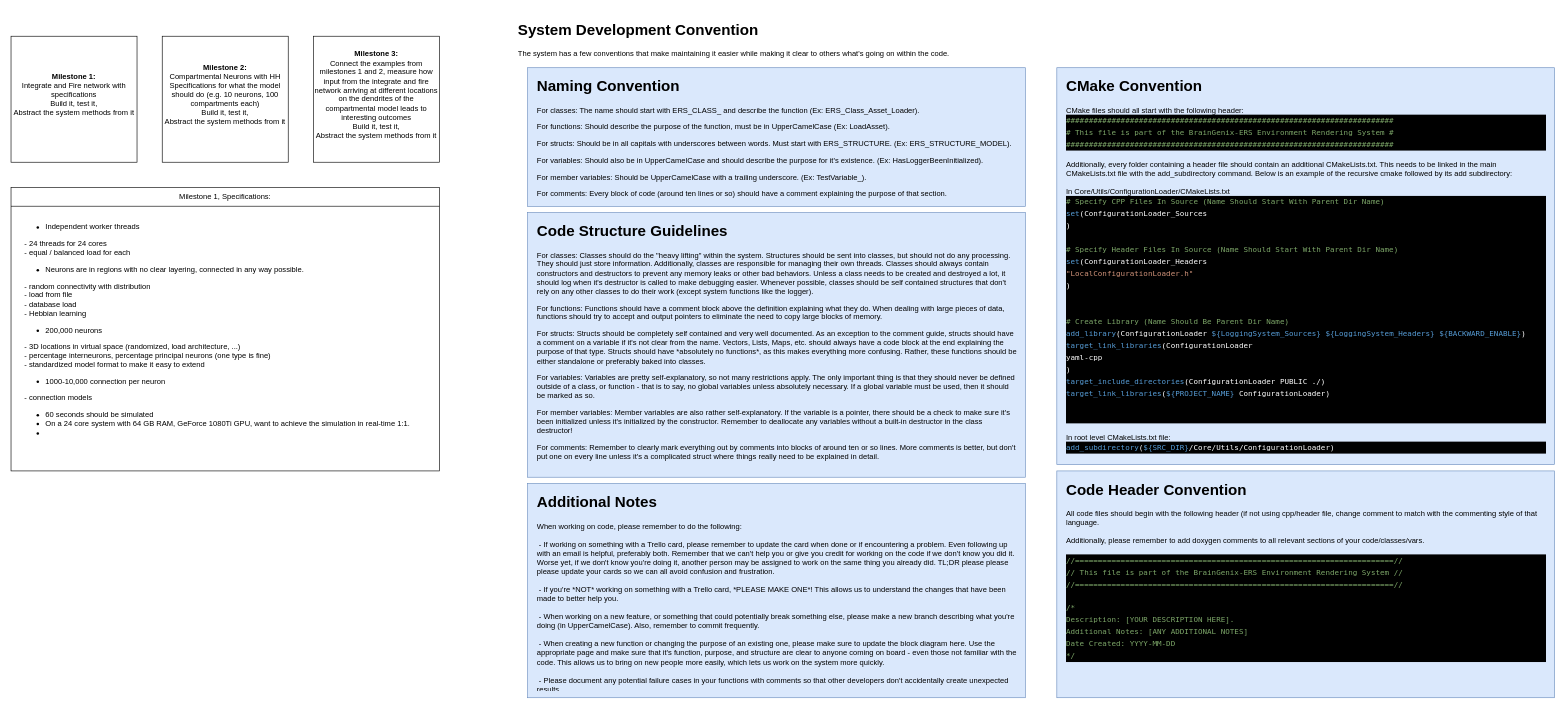
The draw.io diagram page "Page-3" (3 of 3) of C++/Docs/BlockDiagrams/BrainGenix-NES.drawio in carboncopies/BrainGenix-NES, before the edit. Source tidied: cells renumbered, new cells numbered last; positions are measured from the earlier drawing's top-left corner, leaving out a move shared by most shapes. Both pictures are drawn from the tidied source at 63%, with x=0, y=0 at pixel (11, 17).
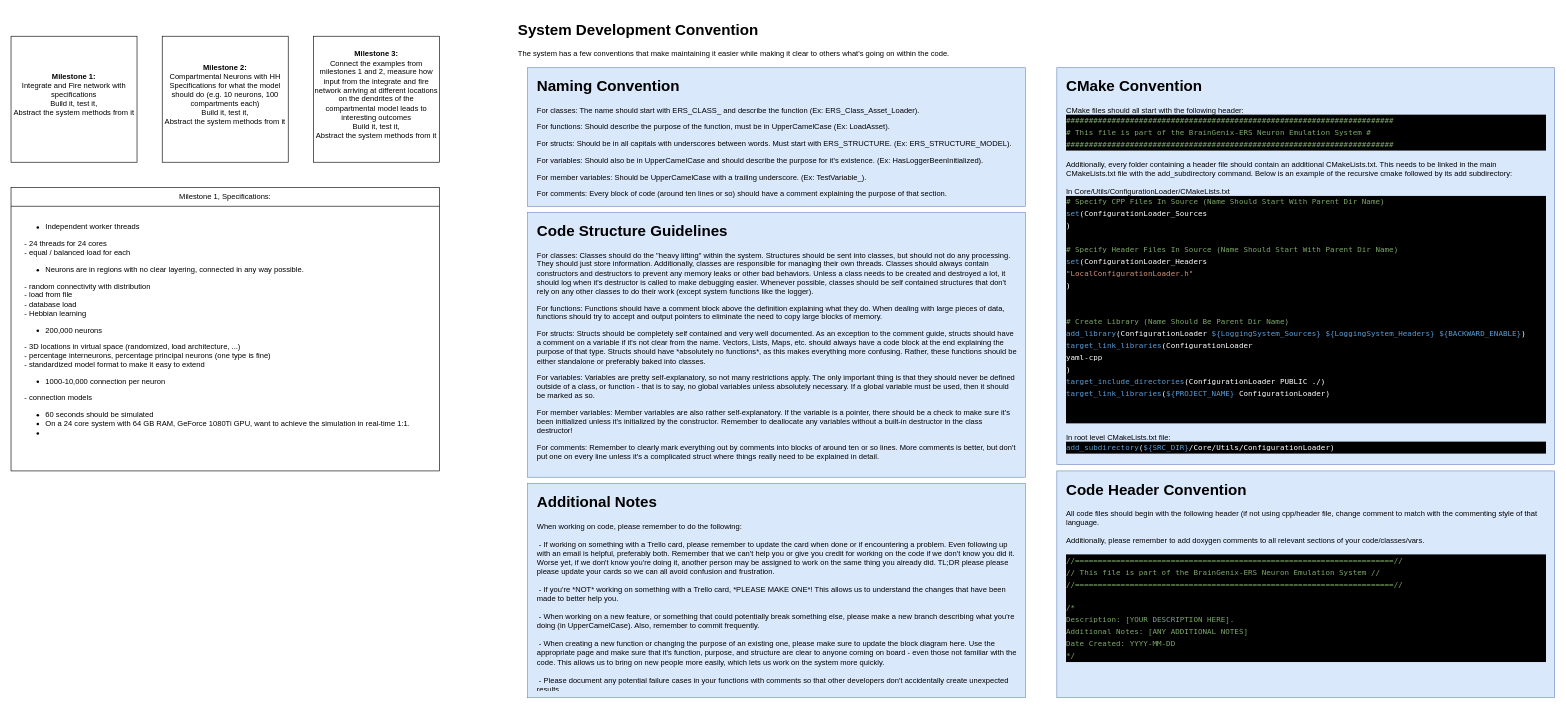
Above is the later version.

Commit message (it also covers changes not shown here):
Copy Over Logging System From ERS (#90)

What changed in the source:
```diff
@@
-    <mxCell id="17" value="&lt;h1&gt;CMake Convention&lt;br&gt;&lt;/h1&gt;&lt;div&gt;&lt;font style=&quot;font-size: 12px&quot;&gt;CMake files should all start with the following header:&lt;/font&gt;&lt;/div&gt;&lt;div&gt;&lt;div style=&quot;color: rgb(255 , 255 , 255) ; background-color: rgb(0 , 0 , 0) ; font-family: &amp;#34;droid sans mono&amp;#34; , &amp;#34;monospace&amp;#34; , monospace , &amp;#34;droid sans fallback&amp;#34; ; font-weight: normal ; line-height: 19px&quot;&gt;&lt;div&gt;&lt;font style=&quot;font-size: 12px&quot;&gt;&lt;span style=&quot;color: rgb(124 , 166 , 104)&quot;&gt;########################################################################&lt;/span&gt;&lt;/font&gt;&lt;/div&gt;&lt;div&gt;&lt;font style=&quot;font-size: 12px&quot;&gt;&lt;span style=&quot;color: rgb(124 , 166 , 104)&quot;&gt;# This file is part of the BrainGenix-ERS Environment Rendering System #&lt;/span&gt;&lt;/font&gt;&lt;/div&gt;&lt;div&gt;&lt;font style=&quot;font-size: 12px&quot;&gt;&lt;span style=&quot;color: rgb(124 , 166 , 104)&quot;&gt;########################################################################&lt;/span&gt;&lt;/font&gt;&lt;/div&gt;&lt;/div&gt;&lt;/div&gt;&lt;div&gt;&lt;font style=&quot;font-size: 12px&quot;&gt;&lt;br&gt;&lt;/font&gt;&lt;/div&gt;&lt;div&gt;&lt;font style=&quot;font-size: 12px&quot;&gt;Additionally, every folder containing a header file should contain an additional CMakeLists.txt. This needs to be linked in the main CMakeLists.txt file with the add_subdirectory command. Below is an example of the recursive cmake followed by its add subdirectory:&lt;/font&gt;&lt;/div&gt;&lt;div&gt;&lt;font style=&quot;font-size: 12px&quot;&gt;&lt;br&gt;&lt;/font&gt;&lt;/div&gt;&lt;div&gt;&lt;font style=&quot;font-size: 12px&quot;&gt;In Core/Utils/ConfigurationLoader/CMakeLists.txt&lt;br&gt;&lt;/font&gt;&lt;/div&gt;&lt;div&gt;&lt;div style=&quot;color: rgb(255 , 255 , 255) ; background-color: rgb(0 , 0 , 0) ; font-family: &amp;#34;droid sans mono&amp;#34; , &amp;#34;monospace&amp;#34; , monospace , &amp;#34;droid sans fallback&amp;#34; ; font-weight: normal ; line-height: 19px&quot;&gt;&lt;div&gt;&lt;font style=&quot;font-size: 12px&quot;&gt;&lt;span style=&quot;color: rgb(124 , 166 , 104)&quot;&gt;# Specify CPP Files In Source (Name Should Start With Parent Dir Name)&lt;/span&gt;&lt;/font&gt;&lt;/div&gt;&lt;div&gt;&lt;font style=&quot;font-size: 12px&quot;&gt;&lt;span style=&quot;color: rgb(86 , 156 , 214)&quot;&gt;set&lt;/span&gt;&lt;span style=&quot;color: rgb(255 , 255 , 255)&quot;&gt;(ConfigurationLoader_Sources&lt;/span&gt;&lt;/font&gt;&lt;/div&gt;&lt;div&gt;&lt;font style=&quot;font-size: 12px&quot;&gt;&lt;span style=&quot;color: rgb(255 , 255 , 255)&quot;&gt;)&lt;/span&gt;&lt;/font&gt;&lt;/div&gt;&lt;font style=&quot;font-size: 12px&quot;&gt;&lt;br&gt;&lt;/font&gt;&lt;div&gt;&lt;font style=&quot;font-size: 12px&quot;&gt;&lt;span style=&quot;color: rgb(124 , 166 , 104)&quot;&gt;# Specify Header Files In Source (Name Should Start With Parent Dir Name)&lt;/span&gt;&lt;/font&gt;&lt;/div&gt;&lt;div&gt;&lt;font style=&quot;font-size: 12px&quot;&gt;&lt;span style=&quot;color: rgb(86 , 156 , 214)&quot;&gt;set&lt;/span&gt;&lt;span style=&quot;color: rgb(255 , 255 , 255)&quot;&gt;(ConfigurationLoader_Headers&lt;/span&gt;&lt;/font&gt;&lt;/div&gt;&lt;div&gt;&lt;font style=&quot;font-size: 12px&quot;&gt;&lt;span style=&quot;color: rgb(255 , 255 , 255)&quot;&gt;    &lt;/span&gt;&lt;span style=&quot;color: rgb(206 , 145 , 120)&quot;&gt;&quot;LocalConfigurationLoader.h&quot;&lt;/span&gt;&lt;/font&gt;&lt;/div&gt;&lt;div&gt;&lt;font style=&quot;font-size: 12px&quot;&gt;&lt;span style=&quot;color: rgb(255 , 255 , 255)&quot;&gt;)&lt;/span&gt;&lt;/font&gt;&lt;/div&gt;&lt;font style=&quot;font-size: 12px&quot;&gt;&lt;br&gt;&lt;br&gt;&lt;/font&gt;&lt;div&gt;&lt;font style=&quot;font-size: 12px&quot;&gt;&lt;span style=&quot;color: rgb(124 , 166 , 104)&quot;&gt;# Create Library (Name Should Be Parent Dir Name)&lt;/span&gt;&lt;/font&gt;&lt;/div&gt;&lt;div&gt;&lt;font style=&quot;font-size: 12px&quot;&gt;&lt;span style=&quot;color: rgb(86 , 156 , 214)&quot;&gt;add_library&lt;/span&gt;&lt;span style=&quot;color: rgb(255 , 255 , 255)&quot;&gt;(ConfigurationLoader &lt;/span&gt;&lt;span style=&quot;color: rgb(86 , 156 , 214)&quot;&gt;${LoggingSystem_Sources}&lt;/span&gt;&lt;span style=&quot;color: rgb(255 , 255 , 255)&quot;&gt; &lt;/span&gt;&lt;span style=&quot;color: rgb(86 , 156 , 214)&quot;&gt;${LoggingSystem_Headers}&lt;/span&gt;&lt;span style=&quot;color: rgb(255 , 255 , 255)&quot;&gt; &lt;/span&gt;&lt;span style=&quot;color: rgb(86 , 156 , 214)&quot;&gt;${BACKWARD_ENABLE}&lt;/span&gt;&lt;span style=&quot;color: rgb(255 , 255 , 255)&quot;&gt;)&lt;/span&gt;&lt;/font&gt;&lt;/div&gt;&lt;div&gt;&lt;font style=&quot;font-size: 12px&quot;&gt;&lt;span style=&quot;color: rgb(86 , 156 , 214)&quot;&gt;target_link_libraries&lt;/span&gt;&lt;span style=&quot;color: rgb(255 , 255 , 255)&quot;&gt;(ConfigurationLoader &lt;/span&gt;&lt;/font&gt;&lt;/div&gt;&lt;div&gt;&lt;font style=&quot;font-size: 12px&quot;&gt;&lt;span style=&quot;color: rgb(255 , 255 , 255)&quot;&gt;    yaml-cpp&lt;/span&gt;&lt;/font&gt;&lt;/div&gt;&lt;div&gt;&lt;font style=&quot;font-size: 12px&quot;&gt;&lt;span style=&quot;color: rgb(255 , 255 , 255)&quot;&gt;    )&lt;/span&gt;&lt;/font&gt;&lt;/div&gt;&lt;div&gt;&lt;font style=&quot;font-size: 12px&quot;&gt;&lt;span style=&quot;color: rgb(86 , 156 , 214)&quot;&gt;target_include_directories&lt;/span&gt;&lt;span style=&quot;color: rgb(255 , 255 , 255)&quot;&gt;(ConfigurationLoader PUBLIC ./)&lt;/span&gt;&lt;/font&gt;&lt;/div&gt;&lt;div&gt;&lt;font style=&quot;font-size: 12px&quot;&gt;&lt;span style=&quot;color: rgb(86 , 156 , 214)&quot;&gt;target_link_libraries&lt;/span&gt;&lt;span style=&quot;color: rgb(255 , 255 , 255)&quot;&gt;(&lt;/span&gt;&lt;span style=&quot;color: rgb(86 , 156 , 214)&quot;&gt;${PROJECT_NAME}&lt;/span&gt;&lt;span style=&quot;color: rgb(255 , 255 , 255)&quot;&gt; ConfigurationLoader)&lt;/span&gt;&lt;/font&gt;&lt;/div&gt;&lt;font style=&quot;font-size: 12px&quot;&gt;&lt;br&gt;&lt;br&gt;&lt;/font&gt;&lt;/div&gt;&lt;/div&gt;&lt;div&gt;&lt;font style=&quot;font-size: 12px&quot;&gt;&lt;br&gt;&lt;/font&gt;&lt;/div&gt;&lt;div&gt;&lt;font style=&quot;font-size: 12px&quot;&gt;In root level CMakeLists.txt file:&lt;br&gt;&lt;/font&gt;&lt;/div&gt;&lt;div&gt;&lt;div style=&quot;color: rgb(255 , 255 , 255) ; background-color: rgb(0 , 0 , 0) ; font-family: &amp;#34;droid sans mono&amp;#34; , &amp;#34;monospace&amp;#34; , monospace , &amp;#34;droid sans fallback&amp;#34; ; font-weight: normal ; line-height: 19px&quot;&gt;&lt;div&gt;&lt;font style=&quot;font-size: 12px&quot;&gt;&lt;span style=&quot;color: rgb(86 , 156 , 214)&quot;&gt;add_subdirectory&lt;/span&gt;&lt;span style=&quot;color: rgb(255 , 255 , 255)&quot;&gt;(&lt;/span&gt;&lt;span style=&quot;color: rgb(86 , 156 , 214)&quot;&gt;${SRC_DIR}&lt;/span&gt;&lt;span style=&quot;color: rgb(255 , 255 , 255)&quot;&gt;/Core/Utils/ConfigurationLoader)&lt;/span&gt;&lt;/font&gt;&lt;/div&gt;&lt;/div&gt;&lt;/div&gt;&lt;div&gt;&lt;font style=&quot;font-size: 12px&quot;&gt;&lt;br&gt;&lt;/font&gt;&lt;/div&gt;&lt;div&gt;&lt;font style=&quot;font-size: 12px&quot;&gt;&lt;br&gt;&lt;/font&gt;&lt;/div&gt;&lt;div&gt;&lt;br&gt;&lt;/div&gt;&lt;div&gt;&lt;br&gt; &lt;/div&gt;" style="text;html=1;strokeColor=none;fillColor=none;spacing=5;spacingTop=-20;whiteSpace=wrap;overflow=hidden;rounded=0;" parent="1" vertex="1">
+    <mxCell id="17" value="&lt;h1&gt;CMake Convention&lt;br&gt;&lt;/h1&gt;&lt;div&gt;&lt;font style=&quot;font-size: 12px&quot;&gt;CMake files should all start with the following header:&lt;/font&gt;&lt;/div&gt;&lt;div&gt;&lt;div style=&quot;color: rgb(255 , 255 , 255) ; background-color: rgb(0 , 0 , 0) ; font-family: &amp;#34;droid sans mono&amp;#34; , &amp;#34;monospace&amp;#34; , monospace , &amp;#34;droid sans fallback&amp;#34; ; font-weight: normal ; line-height: 19px&quot;&gt;&lt;div&gt;&lt;font style=&quot;font-size: 12px&quot;&gt;&lt;span style=&quot;color: rgb(124 , 166 , 104)&quot;&gt;########################################################################&lt;/span&gt;&lt;/font&gt;&lt;/div&gt;&lt;div&gt;&lt;font style=&quot;font-size: 12px&quot;&gt;&lt;span style=&quot;color: rgb(124 , 166 , 104)&quot;&gt;# This file is part of the BrainGenix-ERS Neuron Emulation System #&lt;/span&gt;&lt;/font&gt;&lt;/div&gt;&lt;div&gt;&lt;font style=&quot;font-size: 12px&quot;&gt;&lt;span style=&quot;color: rgb(124 , 166 , 104)&quot;&gt;########################################################################&lt;/span&gt;&lt;/font&gt;&lt;/div&gt;&lt;/div&gt;&lt;/div&gt;&lt;div&gt;&lt;font style=&quot;font-size: 12px&quot;&gt;&lt;br&gt;&lt;/font&gt;&lt;/div&gt;&lt;div&gt;&lt;font style=&quot;font-size: 12px&quot;&gt;Additionally, every folder containing a header file should contain an additional CMakeLists.txt. This needs to be linked in the main CMakeLists.txt file with the add_subdirectory command. Below is an example of the recursive cmake followed by its add subdirectory:&lt;/font&gt;&lt;/div&gt;&lt;div&gt;&lt;font style=&quot;font-size: 12px&quot;&gt;&lt;br&gt;&lt;/font&gt;&lt;/div&gt;&lt;div&gt;&lt;font style=&quot;font-size: 12px&quot;&gt;In Core/Utils/ConfigurationLoader/CMakeLists.txt&lt;br&gt;&lt;/font&gt;&lt;/div&gt;&lt;div&gt;&lt;div style=&quot;color: rgb(255 , 255 , 255) ; background-color: rgb(0 , 0 , 0) ; font-family: &amp;#34;droid sans mono&amp;#34; , &amp;#34;monospace&amp;#34; , monospace , &amp;#34;droid sans fallback&amp;#34; ; font-weight: normal ; line-height: 19px&quot;&gt;&lt;div&gt;&lt;font style=&quot;font-size: 12px&quot;&gt;&lt;span style=&quot;color: rgb(124 , 166 , 104)&quot;&gt;# Specify CPP Files In Source (Name Should Start With Parent Dir Name)&lt;/span&gt;&lt;/font&gt;&lt;/div&gt;&lt;div&gt;&lt;font style=&quot;font-size: 12px&quot;&gt;&lt;span style=&quot;color: rgb(86 , 156 , 214)&quot;&gt;set&lt;/span&gt;&lt;span style=&quot;color: rgb(255 , 255 , 255)&quot;&gt;(ConfigurationLoader_Sources&lt;/span&gt;&lt;/font&gt;&lt;/div&gt;&lt;div&gt;&lt;font style=&quot;font-size: 12px&quot;&gt;&lt;span style=&quot;color: rgb(255 , 255 , 255)&quot;&gt;)&lt;/span&gt;&lt;/font&gt;&lt;/div&gt;&lt;font style=&quot;font-size: 12px&quot;&gt;&lt;br&gt;&lt;/font&gt;&lt;div&gt;&lt;font style=&quot;font-size: 12px&quot;&gt;&lt;span style=&quot;color: rgb(124 , 166 , 104)&quot;&gt;# Specify Header Files In Source (Name Should Start With Parent Dir Name)&lt;/span&gt;&lt;/font&gt;&lt;/div&gt;&lt;div&gt;&lt;font style=&quot;font-size: 12px&quot;&gt;&lt;span style=&quot;color: rgb(86 , 156 , 214)&quot;&gt;set&lt;/span&gt;&lt;span style=&quot;color: rgb(255 , 255 , 255)&quot;&gt;(ConfigurationLoader_Headers&lt;/span&gt;&lt;/font&gt;&lt;/div&gt;&lt;div&gt;&lt;font style=&quot;font-size: 12px&quot;&gt;&lt;span style=&quot;color: rgb(255 , 255 , 255)&quot;&gt;    &lt;/span&gt;&lt;span style=&quot;color: rgb(206 , 145 , 120)&quot;&gt;&quot;LocalConfigurationLoader.h&quot;&lt;/span&gt;&lt;/font&gt;&lt;/div&gt;&lt;div&gt;&lt;font style=&quot;font-size: 12px&quot;&gt;&lt;span style=&quot;color: rgb(255 , 255 , 255)&quot;&gt;)&lt;/span&gt;&lt;/font&gt;&lt;/div&gt;&lt;font style=&quot;font-size: 12px&quot;&gt;&lt;br&gt;&lt;br&gt;&lt;/font&gt;&lt;div&gt;&lt;font style=&quot;font-size: 12px&quot;&gt;&lt;span style=&quot;color: rgb(124 , 166 , 104)&quot;&gt;# Create Library (Name Should Be Parent Dir Name)&lt;/span&gt;&lt;/font&gt;&lt;/div&gt;&lt;div&gt;&lt;font style=&quot;font-size: 12px&quot;&gt;&lt;span style=&quot;color: rgb(86 , 156 , 214)&quot;&gt;add_library&lt;/span&gt;&lt;span style=&quot;color: rgb(255 , 255 , 255)&quot;&gt;(ConfigurationLoader &lt;/span&gt;&lt;span style=&quot;color: rgb(86 , 156 , 214)&quot;&gt;${LoggingSystem_Sources}&lt;/span&gt;&lt;span style=&quot;color: rgb(255 , 255 , 255)&quot;&gt; &lt;/span&gt;&lt;span style=&quot;color: rgb(86 , 156 , 214)&quot;&gt;${LoggingSystem_Headers}&lt;/span&gt;&lt;span style=&quot;color: rgb(255 , 255 , 255)&quot;&gt; &lt;/span&gt;&lt;span style=&quot;color: rgb(86 , 156 , 214)&quot;&gt;${BACKWARD_ENABLE}&lt;/span&gt;&lt;span style=&quot;color: rgb(255 , 255 , 255)&quot;&gt;)&lt;/span&gt;&lt;/font&gt;&lt;/div&gt;&lt;div&gt;&lt;font style=&quot;font-size: 12px&quot;&gt;&lt;span style=&quot;color: rgb(86 , 156 , 214)&quot;&gt;target_link_libraries&lt;/span&gt;&lt;span style=&quot;color: rgb(255 , 255 , 255)&quot;&gt;(ConfigurationLoader &lt;/span&gt;&lt;/font&gt;&lt;/div&gt;&lt;div&gt;&lt;font style=&quot;font-size: 12px&quot;&gt;&lt;span style=&quot;color: rgb(255 , 255 , 255)&quot;&gt;    yaml-cpp&lt;/span&gt;&lt;/font&gt;&lt;/div&gt;&lt;div&gt;&lt;font style=&quot;font-size: 12px&quot;&gt;&lt;span style=&quot;color: rgb(255 , 255 , 255)&quot;&gt;    )&lt;/span&gt;&lt;/font&gt;&lt;/div&gt;&lt;div&gt;&lt;font style=&quot;font-size: 12px&quot;&gt;&lt;span style=&quot;color: rgb(86 , 156 , 214)&quot;&gt;target_include_directories&lt;/span&gt;&lt;span style=&quot;color: rgb(255 , 255 , 255)&quot;&gt;(ConfigurationLoader PUBLIC ./)&lt;/span&gt;&lt;/font&gt;&lt;/div&gt;&lt;div&gt;&lt;font style=&quot;font-size: 12px&quot;&gt;&lt;span style=&quot;color: rgb(86 , 156 , 214)&quot;&gt;target_link_libraries&lt;/span&gt;&lt;span style=&quot;color: rgb(255 , 255 , 255)&quot;&gt;(&lt;/span&gt;&lt;span style=&quot;color: rgb(86 , 156 , 214)&quot;&gt;${PROJECT_NAME}&lt;/span&gt;&lt;span style=&quot;color: rgb(255 , 255 , 255)&quot;&gt; ConfigurationLoader)&lt;/span&gt;&lt;/font&gt;&lt;/div&gt;&lt;font style=&quot;font-size: 12px&quot;&gt;&lt;br&gt;&lt;br&gt;&lt;/font&gt;&lt;/div&gt;&lt;/div&gt;&lt;div&gt;&lt;font style=&quot;font-size: 12px&quot;&gt;&lt;br&gt;&lt;/font&gt;&lt;/div&gt;&lt;div&gt;&lt;font style=&quot;font-size: 12px&quot;&gt;In root level CMakeLists.txt file:&lt;br&gt;&lt;/font&gt;&lt;/div&gt;&lt;div&gt;&lt;div style=&quot;color: rgb(255 , 255 , 255) ; background-color: rgb(0 , 0 , 0) ; font-family: &amp;#34;droid sans mono&amp;#34; , &amp;#34;monospace&amp;#34; , monospace , &amp;#34;droid sans fallback&amp;#34; ; font-weight: normal ; line-height: 19px&quot;&gt;&lt;div&gt;&lt;font style=&quot;font-size: 12px&quot;&gt;&lt;span style=&quot;color: rgb(86 , 156 , 214)&quot;&gt;add_subdirectory&lt;/span&gt;&lt;span style=&quot;color: rgb(255 , 255 , 255)&quot;&gt;(&lt;/span&gt;&lt;span style=&quot;color: rgb(86 , 156 , 214)&quot;&gt;${SRC_DIR}&lt;/span&gt;&lt;span style=&quot;color: rgb(255 , 255 , 255)&quot;&gt;/Core/Utils/ConfigurationLoader)&lt;/span&gt;&lt;/font&gt;&lt;/div&gt;&lt;/div&gt;&lt;/div&gt;&lt;div&gt;&lt;font style=&quot;font-size: 12px&quot;&gt;&lt;br&gt;&lt;/font&gt;&lt;/div&gt;&lt;div&gt;&lt;font style=&quot;font-size: 12px&quot;&gt;&lt;br&gt;&lt;/font&gt;&lt;/div&gt;&lt;div&gt;&lt;br&gt;&lt;/div&gt;&lt;div&gt;&lt;br&gt; &lt;/div&gt;" style="text;html=1;strokeColor=none;fillColor=none;spacing=5;spacingTop=-20;whiteSpace=wrap;overflow=hidden;rounded=0;" parent="1" vertex="1">
       <mxGeometry x="1670" y="90" width="770" height="610" as="geometry" />
     </mxCell>
@@
-    <mxCell id="19" value="&lt;h1&gt;Code Header Convention&lt;br&gt;&lt;/h1&gt;&lt;div&gt;All code files should begin with the following header (if not using cpp/header file, change comment to match with the commenting style of that language.&lt;/div&gt;&lt;div&gt;&lt;br&gt;&lt;/div&gt;&lt;div&gt;Additionally, please remember to add doxygen comments to all relevant sections of your code/classes/vars.&lt;br&gt;&lt;/div&gt;&lt;div&gt;&lt;br&gt;&lt;/div&gt;&lt;div&gt;&lt;div style=&quot;color: rgb(255 , 255 , 255) ; background-color: rgb(0 , 0 , 0) ; font-family: &amp;#34;droid sans mono&amp;#34; , &amp;#34;monospace&amp;#34; , monospace , &amp;#34;droid sans fallback&amp;#34; ; font-weight: normal ; line-height: 19px&quot;&gt;&lt;div&gt;&lt;span style=&quot;color: rgb(124 , 166 , 104)&quot;&gt;//======================================================================//&lt;/span&gt;&lt;/div&gt;&lt;div&gt;&lt;span style=&quot;color: rgb(124 , 166 , 104)&quot;&gt;// This file is part of the BrainGenix-ERS Environment Rendering System //&lt;/span&gt;&lt;/div&gt;&lt;div&gt;&lt;span style=&quot;color: rgb(124 , 166 , 104)&quot;&gt;//======================================================================//&lt;/span&gt;&lt;/div&gt;&lt;br&gt;&lt;div&gt;&lt;span style=&quot;color: rgb(124 , 166 , 104)&quot;&gt;/*&lt;/span&gt;&lt;/div&gt;&lt;div&gt;&lt;span style=&quot;color: rgb(124 , 166 , 104)&quot;&gt;    Description: [YOUR DESCRIPTION HERE].&lt;/span&gt;&lt;/div&gt;&lt;div&gt;&lt;span style=&quot;color: rgb(124 , 166 , 104)&quot;&gt;    Additional Notes: [ANY ADDITIONAL NOTES]&lt;br&gt;&lt;/span&gt;&lt;/div&gt;&lt;div&gt;&lt;span style=&quot;color: rgb(124 , 166 , 104)&quot;&gt;    Date Created: YYYY-MM-DD&lt;br&gt;&lt;/span&gt;&lt;/div&gt;&lt;div&gt;&lt;span style=&quot;color: rgb(124 , 166 , 104)&quot;&gt;*/&lt;/span&gt;&lt;/div&gt;&lt;/div&gt;&lt;/div&gt;" style="text;html=1;strokeColor=none;fillColor=none;spacing=5;spacingTop=-20;whiteSpace=wrap;overflow=hidden;rounded=0;" parent="1" vertex="1">
+    <mxCell id="19" value="&lt;h1&gt;Code Header Convention&lt;br&gt;&lt;/h1&gt;&lt;div&gt;All code files should begin with the following header (if not using cpp/header file, change comment to match with the commenting style of that language.&lt;/div&gt;&lt;div&gt;&lt;br&gt;&lt;/div&gt;&lt;div&gt;Additionally, please remember to add doxygen comments to all relevant sections of your code/classes/vars.&lt;br&gt;&lt;/div&gt;&lt;div&gt;&lt;br&gt;&lt;/div&gt;&lt;div&gt;&lt;div style=&quot;color: rgb(255 , 255 , 255) ; background-color: rgb(0 , 0 , 0) ; font-family: &amp;#34;droid sans mono&amp;#34; , &amp;#34;monospace&amp;#34; , monospace , &amp;#34;droid sans fallback&amp;#34; ; font-weight: normal ; line-height: 19px&quot;&gt;&lt;div&gt;&lt;span style=&quot;color: rgb(124 , 166 , 104)&quot;&gt;//======================================================================//&lt;/span&gt;&lt;/div&gt;&lt;div&gt;&lt;span style=&quot;color: rgb(124 , 166 , 104)&quot;&gt;// This file is part of the BrainGenix-ERS Neuron Emulation System //&lt;/span&gt;&lt;/div&gt;&lt;div&gt;&lt;span style=&quot;color: rgb(124 , 166 , 104)&quot;&gt;//======================================================================//&lt;/span&gt;&lt;/div&gt;&lt;br&gt;&lt;div&gt;&lt;span style=&quot;color: rgb(124 , 166 , 104)&quot;&gt;/*&lt;/span&gt;&lt;/div&gt;&lt;div&gt;&lt;span style=&quot;color: rgb(124 , 166 , 104)&quot;&gt;    Description: [YOUR DESCRIPTION HERE].&lt;/span&gt;&lt;/div&gt;&lt;div&gt;&lt;span style=&quot;color: rgb(124 , 166 , 104)&quot;&gt;    Additional Notes: [ANY ADDITIONAL NOTES]&lt;br&gt;&lt;/span&gt;&lt;/div&gt;&lt;div&gt;&lt;span style=&quot;color: rgb(124 , 166 , 104)&quot;&gt;    Date Created: YYYY-MM-DD&lt;br&gt;&lt;/span&gt;&lt;/div&gt;&lt;div&gt;&lt;span style=&quot;color: rgb(124 , 166 , 104)&quot;&gt;*/&lt;/span&gt;&lt;/div&gt;&lt;/div&gt;&lt;/div&gt;" style="text;html=1;strokeColor=none;fillColor=none;spacing=5;spacingTop=-20;whiteSpace=wrap;overflow=hidden;rounded=0;" parent="1" vertex="1">
       <mxGeometry x="1670" y="730" width="770" height="340" as="geometry" />
     </mxCell>
```
